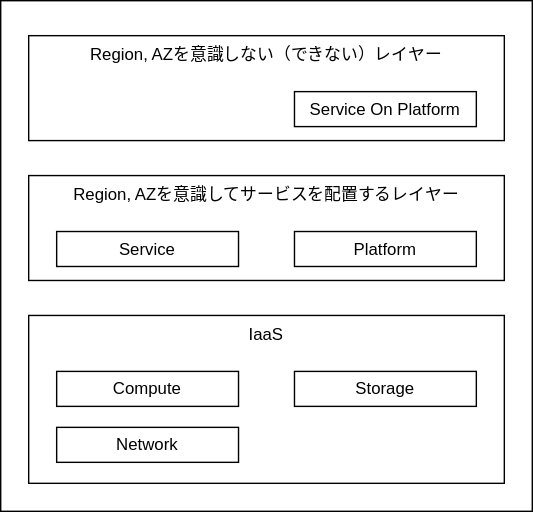
This is basic/FailureDomainForService.dio.svg from syunkitada/architecture, a draw.io export, as it was before one commit. Source tidied: cells renumbered, new cells last; positions are measured from the earlier drawing's top-left corner, leaving out a move shared by most shapes. The source it was exported from:
```xml
<mxGraphModel>
  <root>
    <mxCell id="0" />
    <mxCell id="1" parent="0" />
    <mxCell id="2" style="rounded=0;whiteSpace=wrap;html=1;align=center;verticalAlign=top;" parent="1" vertex="1">
      <mxGeometry width="380" height="365" as="geometry" />
    </mxCell>
    <mxCell id="3" value="Region, AZを意識しない（できない）レイヤー" style="rounded=0;whiteSpace=wrap;html=1;verticalAlign=top;" parent="1" vertex="1">
      <mxGeometry x="20" y="25" width="340" height="75" as="geometry" />
    </mxCell>
    <mxCell id="4" value="Service On Platform" style="rounded=0;whiteSpace=wrap;html=1;" parent="1" vertex="1">
      <mxGeometry x="210" y="65" width="130" height="25" as="geometry" />
    </mxCell>
    <mxCell id="5" value="Region, AZを意識してサービスを配置するレイヤー" style="rounded=0;whiteSpace=wrap;html=1;verticalAlign=top;" parent="1" vertex="1">
      <mxGeometry x="20" y="125" width="340" height="75" as="geometry" />
    </mxCell>
    <mxCell id="6" value="Platform" style="rounded=0;whiteSpace=wrap;html=1;" parent="1" vertex="1">
      <mxGeometry x="210" y="165" width="130" height="25" as="geometry" />
    </mxCell>
    <mxCell id="7" value="Service" style="rounded=0;whiteSpace=wrap;html=1;" parent="1" vertex="1">
      <mxGeometry x="40" y="165" width="130" height="25" as="geometry" />
    </mxCell>
    <mxCell id="8" value="IaaS" style="rounded=0;whiteSpace=wrap;html=1;verticalAlign=top;" parent="1" vertex="1">
      <mxGeometry x="20" y="225" width="340" height="120" as="geometry" />
    </mxCell>
    <mxCell id="9" value="Storage" style="rounded=0;whiteSpace=wrap;html=1;" parent="1" vertex="1">
      <mxGeometry x="210" y="265" width="130" height="25" as="geometry" />
    </mxCell>
    <mxCell id="10" value="Compute" style="rounded=0;whiteSpace=wrap;html=1;" parent="1" vertex="1">
      <mxGeometry x="40" y="265" width="130" height="25" as="geometry" />
    </mxCell>
    <mxCell id="11" value="Network" style="rounded=0;whiteSpace=wrap;html=1;" parent="1" vertex="1">
      <mxGeometry x="40" y="305" width="130" height="25" as="geometry" />
    </mxCell>
  </root>
</mxGraphModel>
```
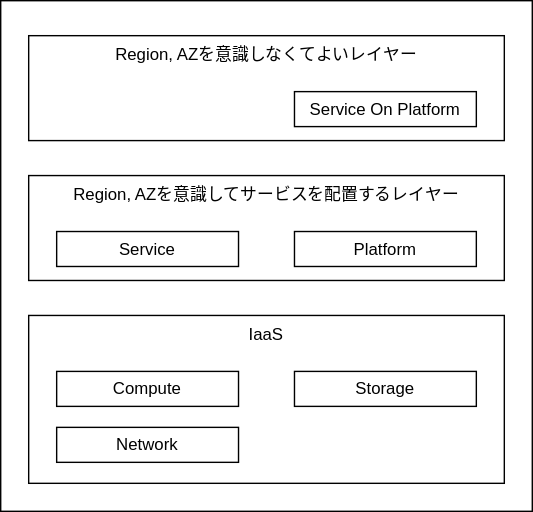
The same file after the commit.

Change to the diagram source:
```diff
@@ -5,7 +5,7 @@
     <mxCell id="2" style="rounded=0;whiteSpace=wrap;html=1;align=center;verticalAlign=top;" parent="1" vertex="1">
       <mxGeometry width="380" height="365" as="geometry" />
     </mxCell>
-    <mxCell id="3" value="Region, AZを意識しない（できない）レイヤー" style="rounded=0;whiteSpace=wrap;html=1;verticalAlign=top;" parent="1" vertex="1">
+    <mxCell id="3" value="Region, AZを意識しなくてよいレイヤー" style="rounded=0;whiteSpace=wrap;html=1;verticalAlign=top;" parent="1" vertex="1">
       <mxGeometry x="20" y="25" width="340" height="75" as="geometry" />
     </mxCell>
     <mxCell id="4" value="Service On Platform" style="rounded=0;whiteSpace=wrap;html=1;" parent="1" vertex="1">
```
